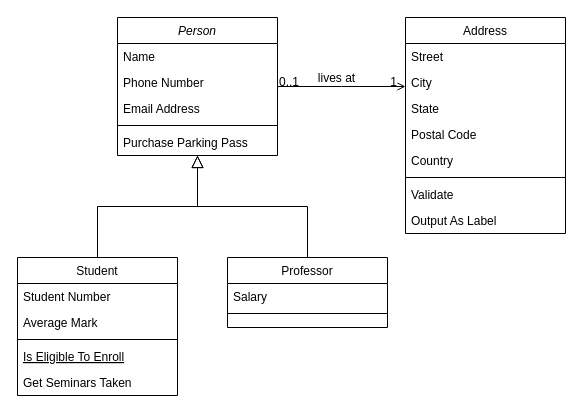
The draw.io diagram LeaderBoard.drawio in zaamoot/Leaderboard, before the edit. Source tidied: cells renumbered, new cells numbered last; positions are measured from the earlier drawing's top-left corner, leaving out a move shared by most shapes. Both pictures are drawn from the tidied source at 100%, with x=0, y=0 at pixel (17, 17).
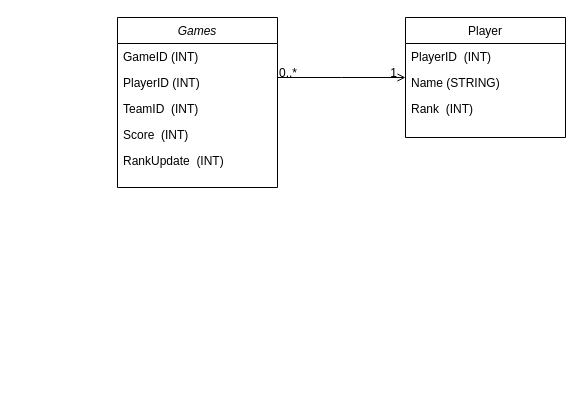
Above is the later version.

The change refers to these unchanged cells:
```xml
<mxCell id="28" style="endArrow=open;shadow=0;strokeWidth=1;rounded=0;endFill=1;edgeStyle=elbowEdgeStyle;elbow=vertical;" parent="1" edge="1" source="2" target="19">
  <mxGeometry x="0.5" y="41" relative="1" as="geometry">
    <mxPoint x="-40" y="32" as="offset" />
  </mxGeometry>
</mxCell>
```

Change to the diagram source:
```diff
@@
-    <mxCell id="2" value="Person" style="swimlane;fontStyle=2;align=center;verticalAlign=top;horizontal=1;startSize=26;rounded=0;shadow=0;strokeWidth=1;" parent="1" vertex="1">
-      <mxGeometry x="100" width="160" height="138" as="geometry" />
+    <mxCell id="2" value="Games" style="swimlane;fontStyle=2;align=center;verticalAlign=top;horizontal=1;startSize=26;rounded=0;shadow=0;strokeWidth=1;" parent="1" vertex="1">
+      <mxGeometry x="100" width="160" height="170" as="geometry" />
     </mxCell>
-    <mxCell id="3" value="Name" style="text;align=left;verticalAlign=top;spacingLeft=4;spacingRight=4;overflow=hidden;" parent="2" vertex="1">
+    <mxCell id="3" value="GameID (INT)" style="text;align=left;verticalAlign=top;spacingLeft=4;spacingRight=4;overflow=hidden;" parent="2" vertex="1">
       <mxGeometry y="26" width="160" height="26" as="geometry" />
     </mxCell>
-    <mxCell id="4" value="Phone Number" style="text;align=left;verticalAlign=top;spacingLeft=4;spacingRight=4;overflow=hidden;rounded=0;shadow=0;html=0;" parent="2" vertex="1">
+    <mxCell id="4" value="PlayerID (INT)" style="text;align=left;verticalAlign=top;spacingLeft=4;spacingRight=4;overflow=hidden;rounded=0;shadow=0;html=0;" parent="2" vertex="1">
       <mxGeometry y="52" width="160" height="26" as="geometry" />
     </mxCell>
-    <mxCell id="5" value="Email Address" style="text;align=left;verticalAlign=top;spacingLeft=4;spacingRight=4;overflow=hidden;rounded=0;shadow=0;html=0;" parent="2" vertex="1">
+    <mxCell id="5" value="TeamID  (INT)" style="text;align=left;verticalAlign=top;spacingLeft=4;spacingRight=4;overflow=hidden;rounded=0;shadow=0;html=0;" parent="2" vertex="1">
       <mxGeometry y="78" width="160" height="26" as="geometry" />
     </mxCell>
-    <mxCell id="6" style="line;html=1;strokeWidth=1;align=left;verticalAlign=middle;spacingTop=-1;spacingLeft=3;spacingRight=3;labelPosition=right;" parent="2" vertex="1">
-      <mxGeometry y="104" width="160" height="8" as="geometry" />
-    </mxCell>
-    <mxCell id="7" value="Purchase Parking Pass" style="text;align=left;verticalAlign=top;spacingLeft=4;spacingRight=4;overflow=hidden;" parent="2" vertex="1">
-      <mxGeometry y="112" width="160" height="26" as="geometry" />
-    </mxCell>
-    <mxCell id="8" value="Student" style="swimlane;fontStyle=0;align=center;verticalAlign=top;horizontal=1;startSize=26;rounded=0;shadow=0;strokeWidth=1;" parent="1" vertex="1">
-      <mxGeometry y="240" width="160" height="138" as="geometry" />
-    </mxCell>
-    <mxCell id="9" value="Student Number" style="text;align=left;verticalAlign=top;spacingLeft=4;spacingRight=4;overflow=hidden;" parent="8" vertex="1">
-      <mxGeometry y="26" width="160" height="26" as="geometry" />
-    </mxCell>
-    <mxCell id="10" value="Average Mark" style="text;align=left;verticalAlign=top;spacingLeft=4;spacingRight=4;overflow=hidden;rounded=0;shadow=0;html=0;" parent="8" vertex="1">
-      <mxGeometry y="52" width="160" height="26" as="geometry" />
-    </mxCell>
-    <mxCell id="11" style="line;html=1;strokeWidth=1;align=left;verticalAlign=middle;spacingTop=-1;spacingLeft=3;spacingRight=3;labelPosition=right;" parent="8" vertex="1">
-      <mxGeometry y="78" width="160" height="8" as="geometry" />
-    </mxCell>
-    <mxCell id="12" value="Is Eligible To Enroll" style="text;align=left;verticalAlign=top;spacingLeft=4;spacingRight=4;overflow=hidden;fontStyle=4;" parent="8" vertex="1">
-      <mxGeometry y="86" width="160" height="26" as="geometry" />
-    </mxCell>
-    <mxCell id="13" value="Get Seminars Taken" style="text;align=left;verticalAlign=top;spacingLeft=4;spacingRight=4;overflow=hidden;" parent="8" vertex="1">
-      <mxGeometry y="112" width="160" height="26" as="geometry" />
-    </mxCell>
-    <mxCell id="14" style="endArrow=block;endSize=10;endFill=0;shadow=0;strokeWidth=1;rounded=0;edgeStyle=elbowEdgeStyle;elbow=vertical;" parent="1" edge="1" source="8" target="2">
-      <mxGeometry relative="1" as="geometry" />
-    </mxCell>
-    <mxCell id="15" value="Professor" style="swimlane;fontStyle=0;align=center;verticalAlign=top;horizontal=1;startSize=26;rounded=0;shadow=0;strokeWidth=1;" parent="1" vertex="1">
-      <mxGeometry x="210" y="240" width="160" height="70" as="geometry" />
-    </mxCell>
-    <mxCell id="16" value="Salary" style="text;align=left;verticalAlign=top;spacingLeft=4;spacingRight=4;overflow=hidden;" parent="15" vertex="1">
-      <mxGeometry y="26" width="160" height="26" as="geometry" />
-    </mxCell>
-    <mxCell id="17" style="line;html=1;strokeWidth=1;align=left;verticalAlign=middle;spacingTop=-1;spacingLeft=3;spacingRight=3;labelPosition=right;" parent="15" vertex="1">
-      <mxGeometry y="52" width="160" height="8" as="geometry" />
-    </mxCell>
-    <mxCell id="18" style="endArrow=block;endSize=10;endFill=0;shadow=0;strokeWidth=1;rounded=0;edgeStyle=elbowEdgeStyle;elbow=vertical;" parent="1" edge="1" source="15" target="2">
-      <mxGeometry relative="1" as="geometry" />
-    </mxCell>
+    <mxCell id="32" value="Score  (INT)" style="text;align=left;verticalAlign=top;spacingLeft=4;spacingRight=4;overflow=hidden;rounded=0;shadow=0;html=0;" parent="2" vertex="1">
+      <mxGeometry y="104" width="160" height="26" as="geometry" />
+    </mxCell>
+    <mxCell id="33" value="RankUpdate  (INT)" style="text;align=left;verticalAlign=top;spacingLeft=4;spacingRight=4;overflow=hidden;rounded=0;shadow=0;html=0;" parent="2" vertex="1">
+      <mxGeometry y="130" width="160" height="26" as="geometry" />
+    </mxCell>
-    <mxCell id="19" value="Address" style="swimlane;fontStyle=0;align=center;verticalAlign=top;horizontal=1;startSize=26;rounded=0;shadow=0;strokeWidth=1;" parent="1" vertex="1">
-      <mxGeometry x="388" width="160" height="216" as="geometry" />
+    <mxCell id="19" value="Player" style="swimlane;fontStyle=0;align=center;verticalAlign=top;horizontal=1;startSize=26;rounded=0;shadow=0;strokeWidth=1;" parent="1" vertex="1">
+      <mxGeometry x="388" width="160" height="120" as="geometry" />
     </mxCell>
-    <mxCell id="20" value="Street" style="text;align=left;verticalAlign=top;spacingLeft=4;spacingRight=4;overflow=hidden;" parent="19" vertex="1">
+    <mxCell id="20" value="PlayerID  (INT)" style="text;align=left;verticalAlign=top;spacingLeft=4;spacingRight=4;overflow=hidden;" parent="19" vertex="1">
       <mxGeometry y="26" width="160" height="26" as="geometry" />
     </mxCell>
-    <mxCell id="21" value="City" style="text;align=left;verticalAlign=top;spacingLeft=4;spacingRight=4;overflow=hidden;rounded=0;shadow=0;html=0;" parent="19" vertex="1">
+    <mxCell id="21" value="Name (STRING)" style="text;align=left;verticalAlign=top;spacingLeft=4;spacingRight=4;overflow=hidden;rounded=0;shadow=0;html=0;" parent="19" vertex="1">
       <mxGeometry y="52" width="160" height="26" as="geometry" />
     </mxCell>
-    <mxCell id="22" value="State" style="text;align=left;verticalAlign=top;spacingLeft=4;spacingRight=4;overflow=hidden;rounded=0;shadow=0;html=0;" parent="19" vertex="1">
-      <mxGeometry y="78" width="160" height="26" as="geometry" />
-    </mxCell>
-    <mxCell id="23" value="Postal Code" style="text;align=left;verticalAlign=top;spacingLeft=4;spacingRight=4;overflow=hidden;rounded=0;shadow=0;html=0;" parent="19" vertex="1">
-      <mxGeometry y="104" width="160" height="26" as="geometry" />
-    </mxCell>
-    <mxCell id="24" value="Country" style="text;align=left;verticalAlign=top;spacingLeft=4;spacingRight=4;overflow=hidden;rounded=0;shadow=0;html=0;" parent="19" vertex="1">
-      <mxGeometry y="130" width="160" height="26" as="geometry" />
-    </mxCell>
-    <mxCell id="25" style="line;html=1;strokeWidth=1;align=left;verticalAlign=middle;spacingTop=-1;spacingLeft=3;spacingRight=3;labelPosition=right;" parent="19" vertex="1">
-      <mxGeometry y="156" width="160" height="8" as="geometry" />
-    </mxCell>
-    <mxCell id="26" value="Validate" style="text;align=left;verticalAlign=top;spacingLeft=4;spacingRight=4;overflow=hidden;" parent="19" vertex="1">
-      <mxGeometry y="164" width="160" height="26" as="geometry" />
-    </mxCell>
-    <mxCell id="27" value="Output As Label" style="text;align=left;verticalAlign=top;spacingLeft=4;spacingRight=4;overflow=hidden;" parent="19" vertex="1">
-      <mxGeometry y="190" width="160" height="26" as="geometry" />
-    </mxCell>
+    <mxCell id="34" value="Rank  (INT)" style="text;align=left;verticalAlign=top;spacingLeft=4;spacingRight=4;overflow=hidden;rounded=0;shadow=0;html=0;" parent="19" vertex="1">
+      <mxGeometry y="78" width="160" height="26" as="geometry" />
+    </mxCell>
@@
-    <mxCell id="29" value="0..1" style="align=left;verticalAlign=bottom;labelBackgroundColor=none;fontSize=12;" parent="28" vertex="1">
+    <mxCell id="29" value="0..*" style="align=left;verticalAlign=bottom;labelBackgroundColor=none;fontSize=12;" parent="28" vertex="1">
       <mxGeometry x="-1" relative="1" as="geometry">
         <mxPoint y="4" as="offset" />
       </mxGeometry>
     </mxCell>
@@
-    <mxCell id="31" value="lives at" style="text;html=1;align=center;verticalAlign=middle;labelBackgroundColor=none;rounded=0;shadow=0;strokeWidth=1;fontSize=12;" parent="28" vertex="1">
-      <mxGeometry x="0.5" y="49" relative="1" as="geometry">
-        <mxPoint x="-38" y="40" as="offset" />
-      </mxGeometry>
-    </mxCell>
```
